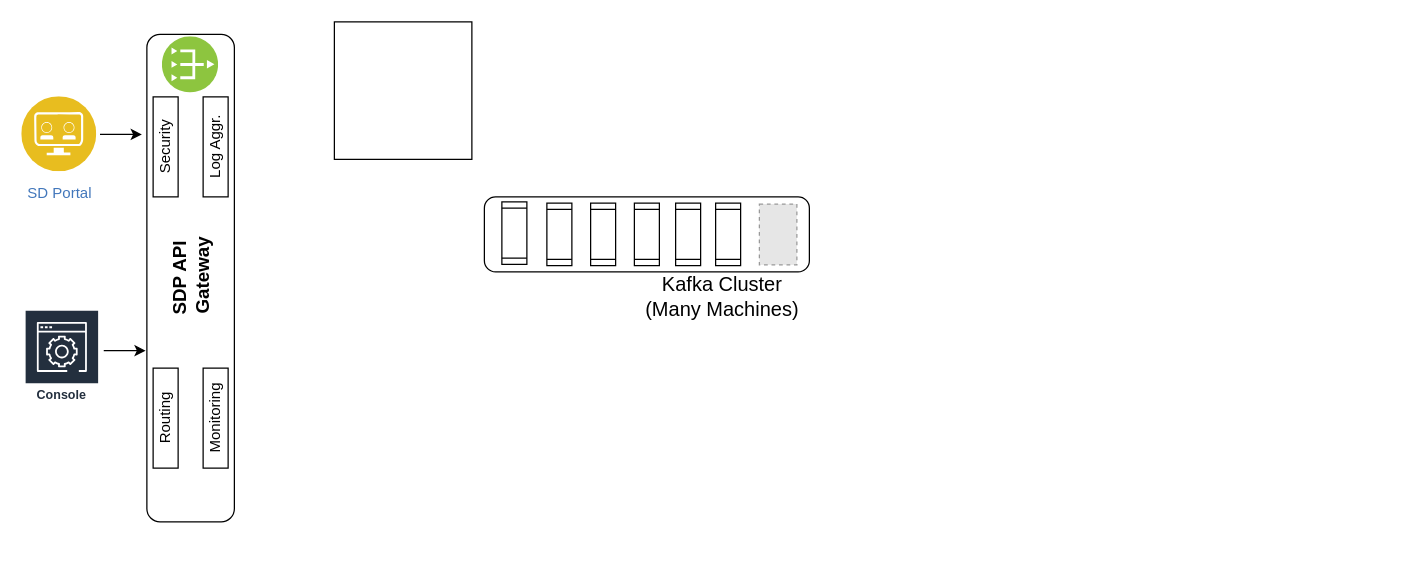
Above: sdp.drawio in SriPuranam/docker-volume-gluster (draw.io), before the change. Source tidied: cells renumbered, new cells numbered last; positions are measured from the earlier drawing's top-left corner, leaving out a move shared by most shapes. Both pictures are drawn from the tidied source at 125%, with x=0, y=0 at pixel (21, 21). Pictures stored in the file or linked from it are replaced by grey dashed boxes.
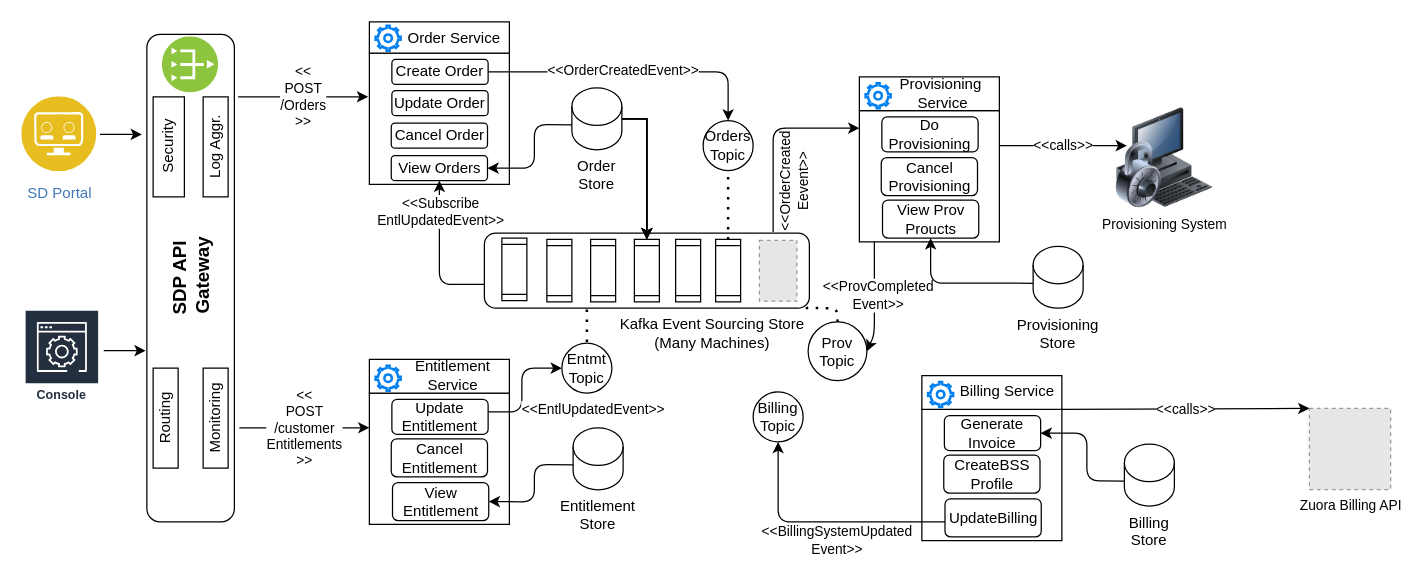
Above is the later version.

The edit, as a diff of the source:
```diff
@@
     <mxCell id="9" value="Security" style="rounded=0;whiteSpace=wrap;html=1;horizontal=0;" parent="1" vertex="1">
-      <mxGeometry x="105" y="60" width="20" height="80" as="geometry" />
+      <mxGeometry x="105" y="60" width="25" height="80" as="geometry" />
     </mxCell>
@@
     <mxCell id="12" style="rounded=1;whiteSpace=wrap;html=1;" parent="1" vertex="1">
-      <mxGeometry x="370" y="140" width="260" height="60" as="geometry" />
+      <mxGeometry x="370" y="169" width="260" height="60" as="geometry" />
     </mxCell>
-    <mxCell id="13" value="Kafka Cluster&lt;br style=&quot;font-size: 16px;&quot;&gt;(Many Machines)" style="text;html=1;align=center;verticalAlign=middle;points=[];fontSize=16;" parent="1" vertex="1">
-      <mxGeometry x="490" y="200" width="140" height="40" as="geometry" />
+    <mxCell id="13" value="Kafka Event Sourcing Store&lt;br style=&quot;font-size: 12px;&quot;&gt;(Many Machines)" style="text;html=1;align=center;verticalAlign=middle;points=[];fontSize=12;" parent="1" vertex="1">
+      <mxGeometry x="472" y="234" width="160" height="30" as="geometry" />
     </mxCell>
     <mxCell id="14" style="shape=process;whiteSpace=wrap;html=1;backgroundOutline=1;fontSize=20;rotation=90;" parent="1" vertex="1">
-      <mxGeometry x="369" y="159" width="50" height="20" as="geometry" />
+      <mxGeometry x="369" y="188" width="50" height="20" as="geometry" />
     </mxCell>
     <mxCell id="15" style="shape=process;whiteSpace=wrap;html=1;backgroundOutline=1;fontSize=20;rotation=90;" parent="1" vertex="1">
-      <mxGeometry x="405" y="160" width="50" height="20" as="geometry" />
+      <mxGeometry x="405" y="189" width="50" height="20" as="geometry" />
     </mxCell>
     <mxCell id="16" style="shape=process;whiteSpace=wrap;html=1;backgroundOutline=1;fontSize=20;rotation=90;" parent="1" vertex="1">
-      <mxGeometry x="440" y="160" width="50" height="20" as="geometry" />
+      <mxGeometry x="440" y="189" width="50" height="20" as="geometry" />
     </mxCell>
     <mxCell id="17" style="shape=process;whiteSpace=wrap;html=1;backgroundOutline=1;fontSize=20;rotation=90;" parent="1" vertex="1">
-      <mxGeometry x="475" y="160" width="50" height="20" as="geometry" />
+      <mxGeometry x="475" y="189" width="50" height="20" as="geometry" />
     </mxCell>
     <mxCell id="18" style="shape=process;whiteSpace=wrap;html=1;backgroundOutline=1;fontSize=20;rotation=90;" parent="1" vertex="1">
-      <mxGeometry x="508" y="160" width="50" height="20" as="geometry" />
+      <mxGeometry x="508" y="189" width="50" height="20" as="geometry" />
     </mxCell>
     <mxCell id="19" style="shape=process;whiteSpace=wrap;html=1;backgroundOutline=1;fontSize=20;rotation=90;" parent="1" vertex="1">
-      <mxGeometry x="540" y="160" width="50" height="20" as="geometry" />
+      <mxGeometry x="540" y="189" width="50" height="20" as="geometry" />
     </mxCell>
     <mxCell id="20" style="fillColor=#E6E6E6;strokeColor=#999999;dashed=1;verticalLabelPosition=bottom;labelBackgroundColor=#ffffff;verticalAlign=top;" parent="1" vertex="1">
-      <mxGeometry x="590" y="145.7" width="30" height="48.7" as="geometry" />
+      <mxGeometry x="590" y="174.7" width="30" height="48.7" as="geometry" />
     </mxCell>
-    <mxCell id="21" style="whiteSpace=wrap;html=1;fontSize=12;" parent="1" vertex="1">
-      <mxGeometry x="250" width="110" height="110" as="geometry" />
-    </mxCell>
+    <mxCell id="22" style="rounded=0;whiteSpace=wrap;html=1;" parent="1" vertex="1">
+      <mxGeometry x="278" y="25" width="112" height="105" as="geometry" />
+    </mxCell>
+    <mxCell id="23" style="rounded=0;whiteSpace=wrap;html=1;" parent="1" vertex="1">
+      <mxGeometry x="278" width="112" height="25" as="geometry" />
+    </mxCell>
+    <mxCell id="24" style="html=1;verticalLabelPosition=bottom;align=center;labelBackgroundColor=#ffffff;verticalAlign=top;strokeWidth=2;strokeColor=#0080F0;shadow=0;dashed=0;shape=mxgraph.ios7.icons.settings;" parent="1" vertex="1">
+      <mxGeometry x="283" y="3" width="20" height="20" as="geometry" />
+    </mxCell>
+    <mxCell id="25" value="Order Service" style="text;html=1;strokeColor=none;fillColor=none;align=center;verticalAlign=middle;whiteSpace=wrap;rounded=0;" parent="1" vertex="1">
+      <mxGeometry x="306" y="3" width="80" height="20" as="geometry" />
+    </mxCell>
+    <mxCell id="26" value="Create Order" style="rounded=1;whiteSpace=wrap;html=1;" parent="1" vertex="1">
+      <mxGeometry x="296" y="30" width="77" height="20" as="geometry" />
+    </mxCell>
+    <mxCell id="27" value="Update Order" style="rounded=1;whiteSpace=wrap;html=1;" parent="1" vertex="1">
+      <mxGeometry x="296" y="55" width="77" height="20" as="geometry" />
+    </mxCell>
+    <mxCell id="28" value="Cancel Order" style="rounded=1;whiteSpace=wrap;html=1;" parent="1" vertex="1">
+      <mxGeometry x="295.5" y="81" width="77" height="20" as="geometry" />
+    </mxCell>
+    <mxCell id="29" value="View Orders" style="rounded=1;whiteSpace=wrap;html=1;" parent="1" vertex="1">
+      <mxGeometry x="295.5" y="107" width="77" height="20" as="geometry" />
+    </mxCell>
+    <mxCell id="30" style="endArrow=classic;html=1;exitX=1;exitY=0.5;exitDx=0;exitDy=0;entryX=0.5;entryY=0;entryDx=0;entryDy=0;" parent="1" edge="1" source="26" target="38">
+      <mxGeometry relative="1" as="geometry">
+        <Array as="points">
+          <mxPoint x="565" y="40" />
+        </Array>
+      </mxGeometry>
+    </mxCell>
+    <mxCell id="31" value="&amp;lt;&amp;lt;OrderCreatedEvent&amp;gt;&amp;gt;" style="edgeLabel;html=1;align=center;verticalAlign=middle;" parent="30" vertex="1">
+      <mxGeometry x="-0.27" y="2" relative="1" as="geometry">
+        <mxPoint x="23" as="offset" />
+      </mxGeometry>
+    </mxCell>
+    <mxCell id="32" style="edgeStyle=orthogonalEdgeStyle;rounded=0;jettySize=auto;html=1;fontSize=12;" parent="1" edge="1" source="36" target="17">
+      <mxGeometry relative="1" as="geometry" />
+    </mxCell>
+    <mxCell id="33" style="edgeStyle=orthogonalEdgeStyle;rounded=0;jettySize=auto;html=1;fontSize=12;" parent="1" edge="1" source="36" target="17">
+      <mxGeometry relative="1" as="geometry" />
+    </mxCell>
+    <mxCell id="34" style="edgeStyle=orthogonalEdgeStyle;rounded=0;jettySize=auto;html=1;fontSize=12;" parent="1" edge="1" source="36" target="17">
+      <mxGeometry relative="1" as="geometry" />
+    </mxCell>
+    <mxCell id="35" style="edgeStyle=orthogonalEdgeStyle;rounded=0;jettySize=auto;html=1;fontSize=11;" parent="1" edge="1" source="36" target="17">
+      <mxGeometry relative="1" as="geometry" />
+    </mxCell>
+    <mxCell id="36" value="Order Store" style="shape=cylinder3;whiteSpace=wrap;html=1;boundedLbl=1;backgroundOutline=1;size=15;labelPosition=center;verticalLabelPosition=bottom;align=center;verticalAlign=top;" parent="1" vertex="1">
+      <mxGeometry x="440" y="52.8" width="40" height="49.5" as="geometry" />
+    </mxCell>
+    <mxCell id="37" style="endArrow=classic;html=1;entryX=1;entryY=0.5;entryDx=0;entryDy=0;exitX=0;exitY=0;exitDx=0;exitDy=29.625;exitPerimeter=0;" parent="1" edge="1" source="36" target="29">
+      <mxGeometry relative="1" as="geometry">
+        <Array as="points">
+          <mxPoint x="410" y="82" />
+          <mxPoint x="410" y="117" />
+        </Array>
+      </mxGeometry>
+    </mxCell>
+    <mxCell id="38" value="Orders&lt;br&gt;Topic" style="ellipse;whiteSpace=wrap;html=1;" parent="1" vertex="1">
+      <mxGeometry x="545" y="79" width="40" height="40" as="geometry" />
+    </mxCell>
+    <mxCell id="39" style="endArrow=none;dashed=1;html=1;dashPattern=1 3;strokeWidth=2;entryX=0.5;entryY=1;entryDx=0;entryDy=0;exitX=0;exitY=0.5;exitDx=0;exitDy=0;" parent="1" edge="1" source="19" target="38">
+      <mxGeometry relative="1" as="geometry" />
+    </mxCell>
+    <mxCell id="40" style="rounded=0;whiteSpace=wrap;html=1;" parent="1" vertex="1">
+      <mxGeometry x="278" y="297" width="112" height="105" as="geometry" />
+    </mxCell>
+    <mxCell id="41" style="rounded=0;whiteSpace=wrap;html=1;" parent="1" vertex="1">
+      <mxGeometry x="278" y="270" width="112" height="27" as="geometry" />
+    </mxCell>
+    <mxCell id="42" style="html=1;verticalLabelPosition=bottom;align=center;labelBackgroundColor=#ffffff;verticalAlign=top;strokeWidth=2;strokeColor=#0080F0;shadow=0;dashed=0;shape=mxgraph.ios7.icons.settings;" parent="1" vertex="1">
+      <mxGeometry x="283" y="275" width="20" height="20" as="geometry" />
+    </mxCell>
+    <mxCell id="43" value="Entitlement &lt;br&gt;Service" style="text;html=1;strokeColor=none;fillColor=none;align=center;verticalAlign=middle;whiteSpace=wrap;rounded=0;" parent="1" vertex="1">
+      <mxGeometry x="283" y="271" width="124" height="24" as="geometry" />
+    </mxCell>
+    <mxCell id="44" value="Update Entitlement" style="rounded=1;whiteSpace=wrap;html=1;" parent="1" vertex="1">
+      <mxGeometry x="296" y="302" width="77" height="28" as="geometry" />
+    </mxCell>
+    <mxCell id="45" value="Cancel Entitlement" style="rounded=1;whiteSpace=wrap;html=1;" parent="1" vertex="1">
+      <mxGeometry x="295.5" y="333.5" width="77" height="30.5" as="geometry" />
+    </mxCell>
+    <mxCell id="46" style="endArrow=classic;html=1;entryX=0;entryY=0.5;entryDx=0;entryDy=0;" parent="1" edge="1" target="50">
+      <mxGeometry relative="1" as="geometry">
+        <mxPoint x="373" y="312" as="sourcePoint" />
+        <Array as="points">
+          <mxPoint x="400" y="312" />
+          <mxPoint x="400" y="277" />
+        </Array>
+      </mxGeometry>
+    </mxCell>
+    <mxCell id="47" value="&amp;lt;&amp;lt;EntlUpdatedEvent&amp;gt;&amp;gt;" style="edgeLabel;html=1;align=center;verticalAlign=middle;" parent="46" vertex="1">
+      <mxGeometry x="-0.27" y="2" relative="1" as="geometry">
+        <mxPoint x="58" y="4.2" as="offset" />
+      </mxGeometry>
+    </mxCell>
+    <mxCell id="48" value="Entitlement Store" style="shape=cylinder3;whiteSpace=wrap;html=1;boundedLbl=1;backgroundOutline=1;size=15;labelPosition=center;verticalLabelPosition=bottom;align=center;verticalAlign=top;" parent="1" vertex="1">
+      <mxGeometry x="441" y="324.8" width="40" height="49.5" as="geometry" />
+    </mxCell>
+    <mxCell id="49" style="endArrow=classic;html=1;entryX=1;entryY=0.5;entryDx=0;entryDy=0;exitX=0;exitY=0;exitDx=0;exitDy=29.625;exitPerimeter=0;" parent="1" edge="1" source="48" target="54">
+      <mxGeometry relative="1" as="geometry">
+        <Array as="points">
+          <mxPoint x="410" y="354" />
+          <mxPoint x="410" y="384" />
+        </Array>
+      </mxGeometry>
+    </mxCell>
+    <mxCell id="50" value="Entmt&lt;br&gt;Topic" style="ellipse;whiteSpace=wrap;html=1;" parent="1" vertex="1">
+      <mxGeometry x="432" y="257" width="40" height="40" as="geometry" />
+    </mxCell>
+    <mxCell id="51" style="endArrow=none;dashed=1;html=1;dashPattern=1 3;strokeWidth=2;entryX=0.5;entryY=0.075;entryDx=0;entryDy=0;entryPerimeter=0;" parent="1" edge="1" target="50">
+      <mxGeometry relative="1" as="geometry">
+        <mxPoint x="452" y="230" as="sourcePoint" />
+      </mxGeometry>
+    </mxCell>
+    <mxCell id="52" style="endArrow=classic;html=1;fontSize=12;entryX=0.5;entryY=1;entryDx=0;entryDy=0;" parent="1" edge="1">
+      <mxGeometry relative="1" as="geometry">
+        <mxPoint x="370" y="210" as="sourcePoint" />
+        <mxPoint x="334" y="127" as="targetPoint" />
+        <Array as="points">
+          <mxPoint x="334" y="210" />
+        </Array>
+      </mxGeometry>
+    </mxCell>
+    <mxCell id="53" value="&amp;lt;&amp;lt;Subscribe&lt;br style=&quot;font-size: 11px;&quot;&gt;EntlUpdatedEvent&amp;gt;&amp;gt;" style="edgeLabel;html=1;align=center;verticalAlign=middle;fontSize=11;" parent="52" vertex="1">
+      <mxGeometry x="0.55" relative="1" as="geometry">
+        <mxPoint y="-3" as="offset" />
+      </mxGeometry>
+    </mxCell>
+    <mxCell id="54" value="View Entitlement" style="rounded=1;whiteSpace=wrap;html=1;" parent="1" vertex="1">
+      <mxGeometry x="296.5" y="368.5" width="77" height="30.5" as="geometry" />
+    </mxCell>
+    <mxCell id="55" value="&amp;lt;&amp;lt;&lt;br&gt;POST&lt;br&gt;/Orders&lt;br&gt;&amp;gt;&amp;gt;" style="endArrow=classic;html=1;fontSize=11;entryX=-0.009;entryY=0.333;entryDx=0;entryDy=0;entryPerimeter=0;" parent="1" edge="1" target="22">
+      <mxGeometry relative="1" as="geometry">
+        <mxPoint x="173" y="60" as="sourcePoint" />
+      </mxGeometry>
+    </mxCell>
+    <mxCell id="56" value="&amp;lt;&amp;lt;&lt;br&gt;POST&lt;br&gt;/customer&lt;br&gt;Entitlements&lt;br&gt;&amp;gt;&amp;gt;" style="endArrow=classic;html=1;fontSize=11;entryX=-0.009;entryY=0.333;entryDx=0;entryDy=0;entryPerimeter=0;" parent="1" edge="1">
+      <mxGeometry relative="1" as="geometry">
+        <mxPoint x="174" y="324.8" as="sourcePoint" />
+        <mxPoint x="278" y="324.7" as="targetPoint" />
+      </mxGeometry>
+    </mxCell>
+    <mxCell id="57" style="rounded=0;whiteSpace=wrap;html=1;" parent="1" vertex="1">
+      <mxGeometry x="670" y="71" width="112" height="105" as="geometry" />
+    </mxCell>
+    <mxCell id="58" style="rounded=0;whiteSpace=wrap;html=1;" parent="1" vertex="1">
+      <mxGeometry x="670" y="44" width="112" height="27" as="geometry" />
+    </mxCell>
+    <mxCell id="59" style="html=1;verticalLabelPosition=bottom;align=center;labelBackgroundColor=#ffffff;verticalAlign=top;strokeWidth=2;strokeColor=#0080F0;shadow=0;dashed=0;shape=mxgraph.ios7.icons.settings;" parent="1" vertex="1">
+      <mxGeometry x="675" y="49" width="20" height="20" as="geometry" />
+    </mxCell>
+    <mxCell id="60" value="Provisioning&amp;nbsp;&lt;br&gt;Service" style="text;html=1;strokeColor=none;fillColor=none;align=center;verticalAlign=middle;whiteSpace=wrap;rounded=0;" parent="1" vertex="1">
+      <mxGeometry x="675" y="45" width="124" height="24" as="geometry" />
+    </mxCell>
+    <mxCell id="61" value="Do Provisioning" style="rounded=1;whiteSpace=wrap;html=1;" parent="1" vertex="1">
+      <mxGeometry x="688" y="76" width="77" height="28" as="geometry" />
+    </mxCell>
+    <mxCell id="62" value="Cancel Provisioning" style="rounded=1;whiteSpace=wrap;html=1;" parent="1" vertex="1">
+      <mxGeometry x="687.5" y="108.5" width="77" height="30.5" as="geometry" />
+    </mxCell>
+    <mxCell id="63" style="endArrow=classic;html=1;entryX=1;entryY=0.5;entryDx=0;entryDy=0;exitX=0.107;exitY=1;exitDx=0;exitDy=0;exitPerimeter=0;" parent="1" edge="1" source="57" target="67">
+      <mxGeometry relative="1" as="geometry">
+        <Array as="points">
+          <mxPoint x="682" y="200" />
+          <mxPoint x="682" y="250" />
+        </Array>
+      </mxGeometry>
+    </mxCell>
+    <mxCell id="64" value="&amp;lt;&amp;lt;ProvCompleted&lt;br&gt;Event&amp;gt;&amp;gt;" style="edgeLabel;html=1;align=center;verticalAlign=middle;fontSize=11;" parent="63" vertex="1">
+      <mxGeometry x="-0.12" y="2" relative="1" as="geometry">
+        <mxPoint y="4" as="offset" />
+      </mxGeometry>
+    </mxCell>
+    <mxCell id="65" value="Provisioning Store" style="shape=cylinder3;whiteSpace=wrap;html=1;boundedLbl=1;backgroundOutline=1;size=15;labelPosition=center;verticalLabelPosition=bottom;align=center;verticalAlign=top;" parent="1" vertex="1">
+      <mxGeometry x="809" y="179.5" width="40" height="49.5" as="geometry" />
+    </mxCell>
+    <mxCell id="66" style="endArrow=classic;html=1;entryX=0.5;entryY=1;entryDx=0;entryDy=0;exitX=0;exitY=0;exitDx=0;exitDy=29.625;exitPerimeter=0;" parent="1" edge="1" source="65" target="68">
+      <mxGeometry relative="1" as="geometry">
+        <Array as="points">
+          <mxPoint x="766" y="209" />
+          <mxPoint x="727" y="209" />
+        </Array>
+      </mxGeometry>
+    </mxCell>
+    <mxCell id="67" value="Prov&lt;br&gt;Topic" style="ellipse;whiteSpace=wrap;html=1;" parent="1" vertex="1">
+      <mxGeometry x="629" y="240" width="47" height="47" as="geometry" />
+    </mxCell>
+    <mxCell id="68" value="View Prov Proucts" style="rounded=1;whiteSpace=wrap;html=1;" parent="1" vertex="1">
+      <mxGeometry x="688.5" y="142.5" width="77" height="30.5" as="geometry" />
+    </mxCell>
+    <mxCell id="69" style="rounded=0;whiteSpace=wrap;html=1;" parent="1" vertex="1">
+      <mxGeometry x="720" y="310" width="112" height="105" as="geometry" />
+    </mxCell>
+    <mxCell id="70" style="rounded=0;whiteSpace=wrap;html=1;" parent="1" vertex="1">
+      <mxGeometry x="720" y="283" width="112" height="27" as="geometry" />
+    </mxCell>
+    <mxCell id="71" style="html=1;verticalLabelPosition=bottom;align=center;labelBackgroundColor=#ffffff;verticalAlign=top;strokeWidth=2;strokeColor=#0080F0;shadow=0;dashed=0;shape=mxgraph.ios7.icons.settings;" parent="1" vertex="1">
+      <mxGeometry x="725" y="288" width="20" height="20" as="geometry" />
+    </mxCell>
+    <mxCell id="72" value="Billing&amp;nbsp;Service" style="text;html=1;strokeColor=none;fillColor=none;align=center;verticalAlign=middle;whiteSpace=wrap;rounded=0;" parent="1" vertex="1">
+      <mxGeometry x="719" y="284" width="139" height="24" as="geometry" />
+    </mxCell>
+    <mxCell id="73" value="Generate&lt;br&gt;Invoice" style="rounded=1;whiteSpace=wrap;html=1;" parent="1" vertex="1">
+      <mxGeometry x="738" y="315" width="77" height="28" as="geometry" />
+    </mxCell>
+    <mxCell id="74" value="CreateBSS&lt;br&gt;Profile" style="rounded=1;whiteSpace=wrap;html=1;" parent="1" vertex="1">
+      <mxGeometry x="737.5" y="346.5" width="77" height="30.5" as="geometry" />
+    </mxCell>
+    <mxCell id="75" style="endArrow=classic;html=1;exitX=0.179;exitY=0.857;exitDx=0;exitDy=0;exitPerimeter=0;entryX=0.5;entryY=1;entryDx=0;entryDy=0;" parent="1" edge="1" source="69" target="79">
+      <mxGeometry relative="1" as="geometry">
+        <Array as="points">
+          <mxPoint x="605" y="400" />
+        </Array>
+      </mxGeometry>
+    </mxCell>
+    <mxCell id="76" value="&amp;lt;&amp;lt;BillingSystemUpdated&lt;br&gt;Event&amp;gt;&amp;gt;" style="edgeLabel;html=1;align=center;verticalAlign=middle;" parent="75" vertex="1">
+      <mxGeometry x="-0.27" y="2" relative="1" as="geometry">
+        <mxPoint x="-15.5" y="13" as="offset" />
+      </mxGeometry>
+    </mxCell>
+    <mxCell id="77" value="Billing Store" style="shape=cylinder3;whiteSpace=wrap;html=1;boundedLbl=1;backgroundOutline=1;size=15;labelPosition=center;verticalLabelPosition=bottom;align=center;verticalAlign=top;" parent="1" vertex="1">
+      <mxGeometry x="882" y="337.8" width="40" height="49.5" as="geometry" />
+    </mxCell>
+    <mxCell id="78" style="endArrow=classic;html=1;entryX=1;entryY=0.5;entryDx=0;entryDy=0;exitX=0;exitY=0;exitDx=0;exitDy=29.625;exitPerimeter=0;" parent="1" edge="1" source="77" target="73">
+      <mxGeometry relative="1" as="geometry">
+        <Array as="points">
+          <mxPoint x="852" y="367" />
+          <mxPoint x="852" y="329" />
+        </Array>
+      </mxGeometry>
+    </mxCell>
+    <mxCell id="79" value="Billing&lt;br&gt;Topic" style="ellipse;whiteSpace=wrap;html=1;" parent="1" vertex="1">
+      <mxGeometry x="585" y="296" width="40" height="40" as="geometry" />
+    </mxCell>
+    <mxCell id="80" value="UpdateBilling" style="rounded=1;whiteSpace=wrap;html=1;" parent="1" vertex="1">
+      <mxGeometry x="738.5" y="381.5" width="77" height="30.5" as="geometry" />
+    </mxCell>
+    <mxCell id="81" style="endArrow=classic;html=1;fontSize=11;exitX=0.854;exitY=-0.017;exitDx=0;exitDy=0;exitPerimeter=0;" parent="1" edge="1">
+      <mxGeometry relative="1" as="geometry">
+        <mxPoint x="601" y="168" as="sourcePoint" />
+        <mxPoint x="670" y="85" as="targetPoint" />
+        <Array as="points">
+          <mxPoint x="601" y="85" />
+        </Array>
+      </mxGeometry>
+    </mxCell>
+    <mxCell id="82" value="&amp;lt;&amp;lt;OrderCreated&lt;br&gt;Eevent&amp;gt;&amp;gt;" style="text;html=1;align=center;verticalAlign=middle;fontSize=11;horizontal=0;" parent="1" vertex="1">
+      <mxGeometry x="568" y="113" width="100" height="30" as="geometry" />
+    </mxCell>
+    <mxCell id="83" value="Provisioning System" style="image;html=1;image=img/lib/clip_art/computers/Secure_System_128x128.png;fontSize=11;" parent="1" vertex="1">
+      <mxGeometry x="874" y="69" width="80" height="80" as="geometry" />
+    </mxCell>
+    <mxCell id="84" value="&amp;lt;&amp;lt;calls&amp;gt;&amp;gt;" style="endArrow=classic;html=1;fontSize=11;entryX=0.125;entryY=0.375;entryDx=0;entryDy=0;entryPerimeter=0;" parent="1" edge="1" target="83">
+      <mxGeometry relative="1" as="geometry">
+        <mxPoint x="782" y="99" as="sourcePoint" />
+      </mxGeometry>
+    </mxCell>
+    <mxCell id="85" style="endArrow=none;dashed=1;html=1;dashPattern=1 3;strokeWidth=2;fontSize=11;entryX=0.956;entryY=-0.167;entryDx=0;entryDy=0;entryPerimeter=0;exitX=0.5;exitY=0;exitDx=0;exitDy=0;" parent="1" edge="1" source="67" target="13">
+      <mxGeometry relative="1" as="geometry">
+        <Array as="points">
+          <mxPoint x="653" y="229" />
+        </Array>
+      </mxGeometry>
+    </mxCell>
+    <mxCell id="86" value="Zuora Billing API" style="fillColor=#E6E6E6;strokeColor=#999999;dashed=1;html=1;verticalAlign=top;verticalLabelPosition=bottom;labelBackgroundColor=#ffffff;fontSize=11;" parent="1" vertex="1">
+      <mxGeometry x="1030" y="309.2" width="65" height="65" as="geometry" />
+    </mxCell>
+    <mxCell id="87" value="&amp;lt;&amp;lt;calls&amp;gt;&amp;gt;" style="endArrow=classic;html=1;fontSize=11;entryX=0;entryY=0;entryDx=0;entryDy=0;exitX=1;exitY=0;exitDx=0;exitDy=0;" parent="1" edge="1" source="69" target="86">
+      <mxGeometry relative="1" as="geometry" />
+    </mxCell>
```
